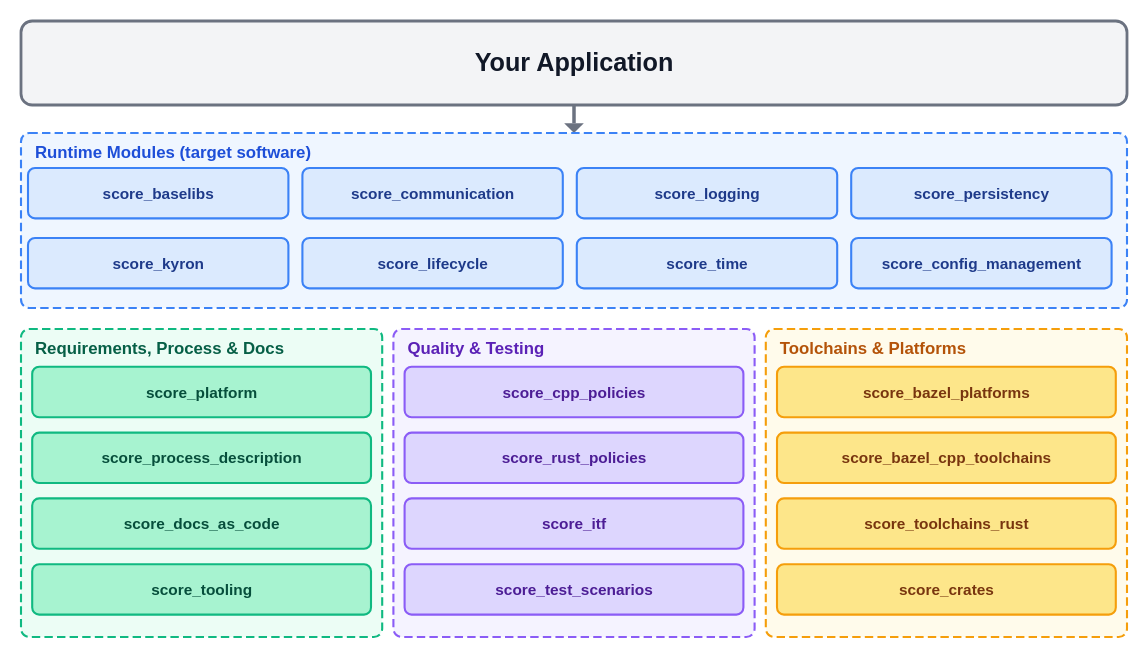
Above: docs/users_guide/_assets/module_deps.drawio.svg in eclipse-score/score (draw.io), before the change. Source tidied: cells renumbered, new cells last; positions are measured from the earlier drawing's top-left corner, leaving out a move shared by most shapes.
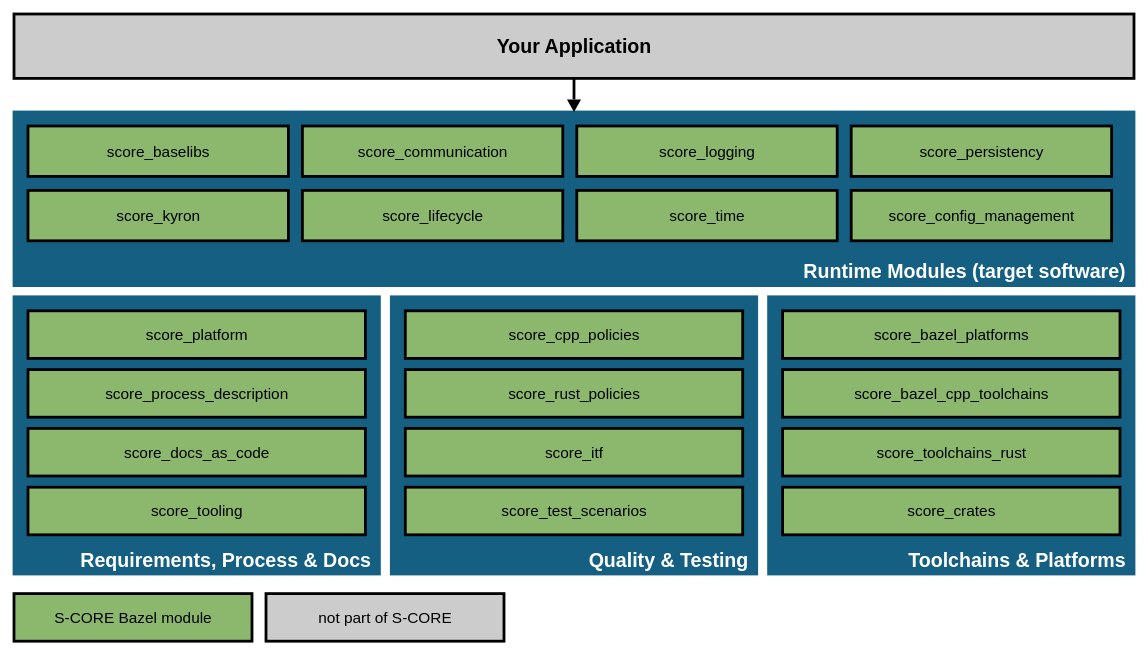
After the change.

Commit message:
docs: align users guide diagrams with platform architecture style

The edit, as a diff of the source:
```diff
@@ -2,83 +2,89 @@
   <root>
     <mxCell id="0" />
     <mxCell id="1" parent="0" />
-    <mxCell id="2" value="Your Application" style="rounded=1;arcSize=10;fillColor=#F3F4F6;strokeColor=#6B7280;strokeWidth=2;fontStyle=1;fontSize=18;fontColor=#111827;" parent="1" vertex="1">
-      <mxGeometry width="790" height="60" as="geometry" />
+    <mxCell id="2" value="Your Application" style="rounded=0;whiteSpace=wrap;html=1;strokeWidth=2;fillColor=#CCCCCC;strokeColor=#000000;fontColor=#000000;fontSize=14;spacing=4;fontStyle=1;" parent="1" vertex="1">
+      <mxGeometry x="-5" y="-5" width="800" height="46" as="geometry" />
     </mxCell>
-    <mxCell id="3" value="Runtime Modules (target software)" style="rounded=1;arcSize=3;dashed=1;dashPattern=6 3;fillColor=#EFF6FF;strokeColor=#3B82F6;fontColor=#1D4ED8;fontStyle=1;fontSize=12;verticalAlign=top;align=left;spacingLeft=8;" parent="1" vertex="1">
-      <mxGeometry y="80" width="790" height="125" as="geometry" />
+    <mxCell id="3" value="Runtime Modules (target software)" style="rounded=0;whiteSpace=wrap;html=1;strokeWidth=2;fillColor=#156082;strokeColor=#156082;fontColor=#FFFFFF;fontStyle=1;fontSize=14;align=right;verticalAlign=bottom;spacing=4;" parent="1" vertex="1">
+      <mxGeometry x="-5" y="65" width="800" height="124" as="geometry" />
     </mxCell>
-    <mxCell id="4" value="score_baselibs" style="rounded=1;arcSize=14;fillColor=#DBEAFE;strokeColor=#3B82F6;fontColor=#1E3A8A;fontStyle=1;fontSize=11;" parent="1" vertex="1">
-      <mxGeometry x="5" y="105" width="186" height="36" as="geometry" />
+    <mxCell id="4" style="endArrow=block;endFill=1;html=1;strokeWidth=2;strokeColor=#000000;" parent="1" edge="1" source="2" target="3">
+      <mxGeometry relative="1" as="geometry" />
     </mxCell>
-    <mxCell id="5" value="score_communication" style="rounded=1;arcSize=14;fillColor=#DBEAFE;strokeColor=#3B82F6;fontColor=#1E3A8A;fontStyle=1;fontSize=11;" parent="1" vertex="1">
-      <mxGeometry x="201" y="105" width="186" height="36" as="geometry" />
+    <mxCell id="5" value="score_baselibs" style="rounded=0;whiteSpace=wrap;html=1;strokeWidth=2;fillColor=#8BB86D;strokeColor=#000000;fontColor=#000000;fontSize=11;spacing=4;" parent="1" vertex="1">
+      <mxGeometry x="5" y="75" width="186" height="36" as="geometry" />
     </mxCell>
-    <mxCell id="6" value="score_logging" style="rounded=1;arcSize=14;fillColor=#DBEAFE;strokeColor=#3B82F6;fontColor=#1E3A8A;fontStyle=1;fontSize=11;" parent="1" vertex="1">
-      <mxGeometry x="397" y="105" width="186" height="36" as="geometry" />
+    <mxCell id="6" value="score_communication" style="rounded=0;whiteSpace=wrap;html=1;strokeWidth=2;fillColor=#8BB86D;strokeColor=#000000;fontColor=#000000;fontSize=11;spacing=4;" parent="1" vertex="1">
+      <mxGeometry x="201" y="75" width="186" height="36" as="geometry" />
     </mxCell>
-    <mxCell id="7" value="score_persistency" style="rounded=1;arcSize=14;fillColor=#DBEAFE;strokeColor=#3B82F6;fontColor=#1E3A8A;fontStyle=1;fontSize=11;" parent="1" vertex="1">
-      <mxGeometry x="593" y="105" width="186" height="36" as="geometry" />
+    <mxCell id="7" value="score_logging" style="rounded=0;whiteSpace=wrap;html=1;strokeWidth=2;fillColor=#8BB86D;strokeColor=#000000;fontColor=#000000;fontSize=11;spacing=4;" parent="1" vertex="1">
+      <mxGeometry x="397" y="75" width="186" height="36" as="geometry" />
     </mxCell>
-    <mxCell id="8" value="score_kyron" style="rounded=1;arcSize=14;fillColor=#DBEAFE;strokeColor=#3B82F6;fontColor=#1E3A8A;fontStyle=1;fontSize=11;" parent="1" vertex="1">
-      <mxGeometry x="5" y="155" width="186" height="36" as="geometry" />
+    <mxCell id="8" value="score_persistency" style="rounded=0;whiteSpace=wrap;html=1;strokeWidth=2;fillColor=#8BB86D;strokeColor=#000000;fontColor=#000000;fontSize=11;spacing=4;" parent="1" vertex="1">
+      <mxGeometry x="593" y="75" width="186" height="36" as="geometry" />
     </mxCell>
-    <mxCell id="9" value="score_lifecycle" style="rounded=1;arcSize=14;fillColor=#DBEAFE;strokeColor=#3B82F6;fontColor=#1E3A8A;fontStyle=1;fontSize=11;" parent="1" vertex="1">
-      <mxGeometry x="201" y="155" width="186" height="36" as="geometry" />
+    <mxCell id="9" value="score_kyron" style="rounded=0;whiteSpace=wrap;html=1;strokeWidth=2;fillColor=#8BB86D;strokeColor=#000000;fontColor=#000000;fontSize=11;spacing=4;" parent="1" vertex="1">
+      <mxGeometry x="5" y="121" width="186" height="36" as="geometry" />
     </mxCell>
-    <mxCell id="10" value="score_time" style="rounded=1;arcSize=14;fillColor=#DBEAFE;strokeColor=#3B82F6;fontColor=#1E3A8A;fontStyle=1;fontSize=11;" parent="1" vertex="1">
-      <mxGeometry x="397" y="155" width="186" height="36" as="geometry" />
+    <mxCell id="10" value="score_lifecycle" style="rounded=0;whiteSpace=wrap;html=1;strokeWidth=2;fillColor=#8BB86D;strokeColor=#000000;fontColor=#000000;fontSize=11;spacing=4;" parent="1" vertex="1">
+      <mxGeometry x="201" y="121" width="186" height="36" as="geometry" />
     </mxCell>
-    <mxCell id="11" value="score_config_management" style="rounded=1;arcSize=14;fillColor=#DBEAFE;strokeColor=#3B82F6;fontColor=#1E3A8A;fontStyle=1;fontSize=11;" parent="1" vertex="1">
-      <mxGeometry x="593" y="155" width="186" height="36" as="geometry" />
+    <mxCell id="11" value="score_time" style="rounded=0;whiteSpace=wrap;html=1;strokeWidth=2;fillColor=#8BB86D;strokeColor=#000000;fontColor=#000000;fontSize=11;spacing=4;" parent="1" vertex="1">
+      <mxGeometry x="397" y="121" width="186" height="36" as="geometry" />
     </mxCell>
-    <mxCell id="12" style="endArrow=block;endFill=1;strokeColor=#6B7280;strokeWidth=2.5;" parent="1" edge="1" source="2" target="3">
-      <mxGeometry relative="1" as="geometry" />
+    <mxCell id="12" value="score_config_management" style="rounded=0;whiteSpace=wrap;html=1;strokeWidth=2;fillColor=#8BB86D;strokeColor=#000000;fontColor=#000000;fontSize=11;spacing=4;" parent="1" vertex="1">
+      <mxGeometry x="593" y="121" width="186" height="36" as="geometry" />
     </mxCell>
-    <mxCell id="13" value="Requirements, Process &amp; Docs" style="rounded=1;arcSize=3;dashed=1;dashPattern=6 3;fillColor=#ECFDF5;strokeColor=#10B981;fontColor=#065F46;fontStyle=1;fontSize=12;verticalAlign=top;align=left;spacingLeft=8;" parent="1" vertex="1">
-      <mxGeometry y="220" width="258" height="220" as="geometry" />
+    <mxCell id="13" value="Requirements, Process &amp; Docs" style="rounded=0;whiteSpace=wrap;html=1;strokeWidth=2;fillColor=#156082;strokeColor=#156082;fontColor=#FFFFFF;fontStyle=1;fontSize=14;align=right;verticalAlign=bottom;spacing=4;" parent="1" vertex="1">
+      <mxGeometry x="-5" y="197" width="261" height="198" as="geometry" />
     </mxCell>
-    <mxCell id="14" value="score_platform" style="rounded=1;arcSize=14;fillColor=#A7F3D0;strokeColor=#10B981;fontColor=#064E3B;fontStyle=1;fontSize=11;" parent="1" vertex="1">
-      <mxGeometry x="8" y="247" width="242" height="36" as="geometry" />
+    <mxCell id="14" value="score_platform" style="rounded=0;whiteSpace=wrap;html=1;strokeWidth=2;fillColor=#8BB86D;strokeColor=#000000;fontColor=#000000;fontSize=11;spacing=4;" parent="1" vertex="1">
+      <mxGeometry x="5" y="207" width="241" height="34" as="geometry" />
     </mxCell>
-    <mxCell id="15" value="score_process_description" style="rounded=1;arcSize=14;fillColor=#A7F3D0;strokeColor=#10B981;fontColor=#064E3B;fontStyle=1;fontSize=11;" parent="1" vertex="1">
-      <mxGeometry x="8" y="294" width="242" height="36" as="geometry" />
+    <mxCell id="15" value="score_process_description" style="rounded=0;whiteSpace=wrap;html=1;strokeWidth=2;fillColor=#8BB86D;strokeColor=#000000;fontColor=#000000;fontSize=11;spacing=4;" parent="1" vertex="1">
+      <mxGeometry x="5" y="249" width="241" height="34" as="geometry" />
     </mxCell>
-    <mxCell id="16" value="score_docs_as_code" style="rounded=1;arcSize=14;fillColor=#A7F3D0;strokeColor=#10B981;fontColor=#064E3B;fontStyle=1;fontSize=11;" parent="1" vertex="1">
-      <mxGeometry x="8" y="341" width="242" height="36" as="geometry" />
+    <mxCell id="16" value="score_docs_as_code" style="rounded=0;whiteSpace=wrap;html=1;strokeWidth=2;fillColor=#8BB86D;strokeColor=#000000;fontColor=#000000;fontSize=11;spacing=4;" parent="1" vertex="1">
+      <mxGeometry x="5" y="291" width="241" height="34" as="geometry" />
     </mxCell>
-    <mxCell id="17" value="score_tooling" style="rounded=1;arcSize=14;fillColor=#A7F3D0;strokeColor=#10B981;fontColor=#064E3B;fontStyle=1;fontSize=11;" parent="1" vertex="1">
-      <mxGeometry x="8" y="388" width="242" height="36" as="geometry" />
+    <mxCell id="17" value="score_tooling" style="rounded=0;whiteSpace=wrap;html=1;strokeWidth=2;fillColor=#8BB86D;strokeColor=#000000;fontColor=#000000;fontSize=11;spacing=4;" parent="1" vertex="1">
+      <mxGeometry x="5" y="333" width="241" height="34" as="geometry" />
     </mxCell>
-    <mxCell id="18" value="Quality &amp; Testing" style="rounded=1;arcSize=3;dashed=1;dashPattern=6 3;fillColor=#F5F3FF;strokeColor=#8B5CF6;fontColor=#5B21B6;fontStyle=1;fontSize=12;verticalAlign=top;align=left;spacingLeft=8;" parent="1" vertex="1">
-      <mxGeometry x="266" y="220" width="258" height="220" as="geometry" />
+    <mxCell id="18" value="Quality &amp; Testing" style="rounded=0;whiteSpace=wrap;html=1;strokeWidth=2;fillColor=#156082;strokeColor=#156082;fontColor=#FFFFFF;fontStyle=1;fontSize=14;align=right;verticalAlign=bottom;spacing=4;" parent="1" vertex="1">
+      <mxGeometry x="264.5" y="197" width="261" height="198" as="geometry" />
     </mxCell>
-    <mxCell id="19" value="score_cpp_policies" style="rounded=1;arcSize=14;fillColor=#DDD6FE;strokeColor=#8B5CF6;fontColor=#4C1D95;fontStyle=1;fontSize=11;" parent="1" vertex="1">
-      <mxGeometry x="274" y="247" width="242" height="36" as="geometry" />
+    <mxCell id="19" value="score_cpp_policies" style="rounded=0;whiteSpace=wrap;html=1;strokeWidth=2;fillColor=#8BB86D;strokeColor=#000000;fontColor=#000000;fontSize=11;spacing=4;" parent="1" vertex="1">
+      <mxGeometry x="274.5" y="207" width="241" height="34" as="geometry" />
     </mxCell>
-    <mxCell id="20" value="score_rust_policies" style="rounded=1;arcSize=14;fillColor=#DDD6FE;strokeColor=#8B5CF6;fontColor=#4C1D95;fontStyle=1;fontSize=11;" parent="1" vertex="1">
-      <mxGeometry x="274" y="294" width="242" height="36" as="geometry" />
+    <mxCell id="20" value="score_rust_policies" style="rounded=0;whiteSpace=wrap;html=1;strokeWidth=2;fillColor=#8BB86D;strokeColor=#000000;fontColor=#000000;fontSize=11;spacing=4;" parent="1" vertex="1">
+      <mxGeometry x="274.5" y="249" width="241" height="34" as="geometry" />
     </mxCell>
-    <mxCell id="21" value="score_itf" style="rounded=1;arcSize=14;fillColor=#DDD6FE;strokeColor=#8B5CF6;fontColor=#4C1D95;fontStyle=1;fontSize=11;" parent="1" vertex="1">
-      <mxGeometry x="274" y="341" width="242" height="36" as="geometry" />
+    <mxCell id="21" value="score_itf" style="rounded=0;whiteSpace=wrap;html=1;strokeWidth=2;fillColor=#8BB86D;strokeColor=#000000;fontColor=#000000;fontSize=11;spacing=4;" parent="1" vertex="1">
+      <mxGeometry x="274.5" y="291" width="241" height="34" as="geometry" />
     </mxCell>
-    <mxCell id="22" value="score_test_scenarios" style="rounded=1;arcSize=14;fillColor=#DDD6FE;strokeColor=#8B5CF6;fontColor=#4C1D95;fontStyle=1;fontSize=11;" parent="1" vertex="1">
-      <mxGeometry x="274" y="388" width="242" height="36" as="geometry" />
+    <mxCell id="22" value="score_test_scenarios" style="rounded=0;whiteSpace=wrap;html=1;strokeWidth=2;fillColor=#8BB86D;strokeColor=#000000;fontColor=#000000;fontSize=11;spacing=4;" parent="1" vertex="1">
+      <mxGeometry x="274.5" y="333" width="241" height="34" as="geometry" />
     </mxCell>
-    <mxCell id="23" value="Toolchains &amp; Platforms" style="rounded=1;arcSize=3;dashed=1;dashPattern=6 3;fillColor=#FFFBEB;strokeColor=#F59E0B;fontColor=#B45309;fontStyle=1;fontSize=12;verticalAlign=top;align=left;spacingLeft=8;" parent="1" vertex="1">
-      <mxGeometry x="532" y="220" width="258" height="220" as="geometry" />
+    <mxCell id="23" value="Toolchains &amp; Platforms" style="rounded=0;whiteSpace=wrap;html=1;strokeWidth=2;fillColor=#156082;strokeColor=#156082;fontColor=#FFFFFF;fontStyle=1;fontSize=14;align=right;verticalAlign=bottom;spacing=4;" parent="1" vertex="1">
+      <mxGeometry x="534" y="197" width="261" height="198" as="geometry" />
     </mxCell>
-    <mxCell id="24" value="score_bazel_platforms" style="rounded=1;arcSize=14;fillColor=#FDE68A;strokeColor=#F59E0B;fontColor=#78350F;fontStyle=1;fontSize=11;" parent="1" vertex="1">
-      <mxGeometry x="540" y="247" width="242" height="36" as="geometry" />
+    <mxCell id="24" value="score_bazel_platforms" style="rounded=0;whiteSpace=wrap;html=1;strokeWidth=2;fillColor=#8BB86D;strokeColor=#000000;fontColor=#000000;fontSize=11;spacing=4;" parent="1" vertex="1">
+      <mxGeometry x="544" y="207" width="241" height="34" as="geometry" />
     </mxCell>
-    <mxCell id="25" value="score_bazel_cpp_toolchains" style="rounded=1;arcSize=14;fillColor=#FDE68A;strokeColor=#F59E0B;fontColor=#78350F;fontStyle=1;fontSize=11;" parent="1" vertex="1">
-      <mxGeometry x="540" y="294" width="242" height="36" as="geometry" />
+    <mxCell id="25" value="score_bazel_cpp_toolchains" style="rounded=0;whiteSpace=wrap;html=1;strokeWidth=2;fillColor=#8BB86D;strokeColor=#000000;fontColor=#000000;fontSize=11;spacing=4;" parent="1" vertex="1">
+      <mxGeometry x="544" y="249" width="241" height="34" as="geometry" />
     </mxCell>
-    <mxCell id="26" value="score_toolchains_rust" style="rounded=1;arcSize=14;fillColor=#FDE68A;strokeColor=#F59E0B;fontColor=#78350F;fontStyle=1;fontSize=11;" parent="1" vertex="1">
-      <mxGeometry x="540" y="341" width="242" height="36" as="geometry" />
+    <mxCell id="26" value="score_toolchains_rust" style="rounded=0;whiteSpace=wrap;html=1;strokeWidth=2;fillColor=#8BB86D;strokeColor=#000000;fontColor=#000000;fontSize=11;spacing=4;" parent="1" vertex="1">
+      <mxGeometry x="544" y="291" width="241" height="34" as="geometry" />
     </mxCell>
-    <mxCell id="27" value="score_crates" style="rounded=1;arcSize=14;fillColor=#FDE68A;strokeColor=#F59E0B;fontColor=#78350F;fontStyle=1;fontSize=11;" parent="1" vertex="1">
-      <mxGeometry x="540" y="388" width="242" height="36" as="geometry" />
+    <mxCell id="27" value="score_crates" style="rounded=0;whiteSpace=wrap;html=1;strokeWidth=2;fillColor=#8BB86D;strokeColor=#000000;fontColor=#000000;fontSize=11;spacing=4;" parent="1" vertex="1">
+      <mxGeometry x="544" y="333" width="241" height="34" as="geometry" />
     </mxCell>
+    <mxCell id="28" value="S-CORE Bazel module" style="rounded=0;whiteSpace=wrap;html=1;strokeWidth=2;fillColor=#8BB86D;strokeColor=#000000;fontColor=#000000;fontSize=11;spacing=4;" parent="1" vertex="1">
+      <mxGeometry x="-5" y="409" width="170" height="34" as="geometry" />
+    </mxCell>
+    <mxCell id="29" value="not part of S-CORE" style="rounded=0;whiteSpace=wrap;html=1;strokeWidth=2;fillColor=#CCCCCC;strokeColor=#000000;fontColor=#000000;fontSize=11;spacing=4;" parent="1" vertex="1">
+      <mxGeometry x="175" y="409" width="170" height="34" as="geometry" />
+    </mxCell>
   </root>
 </mxGraphModel>
```
